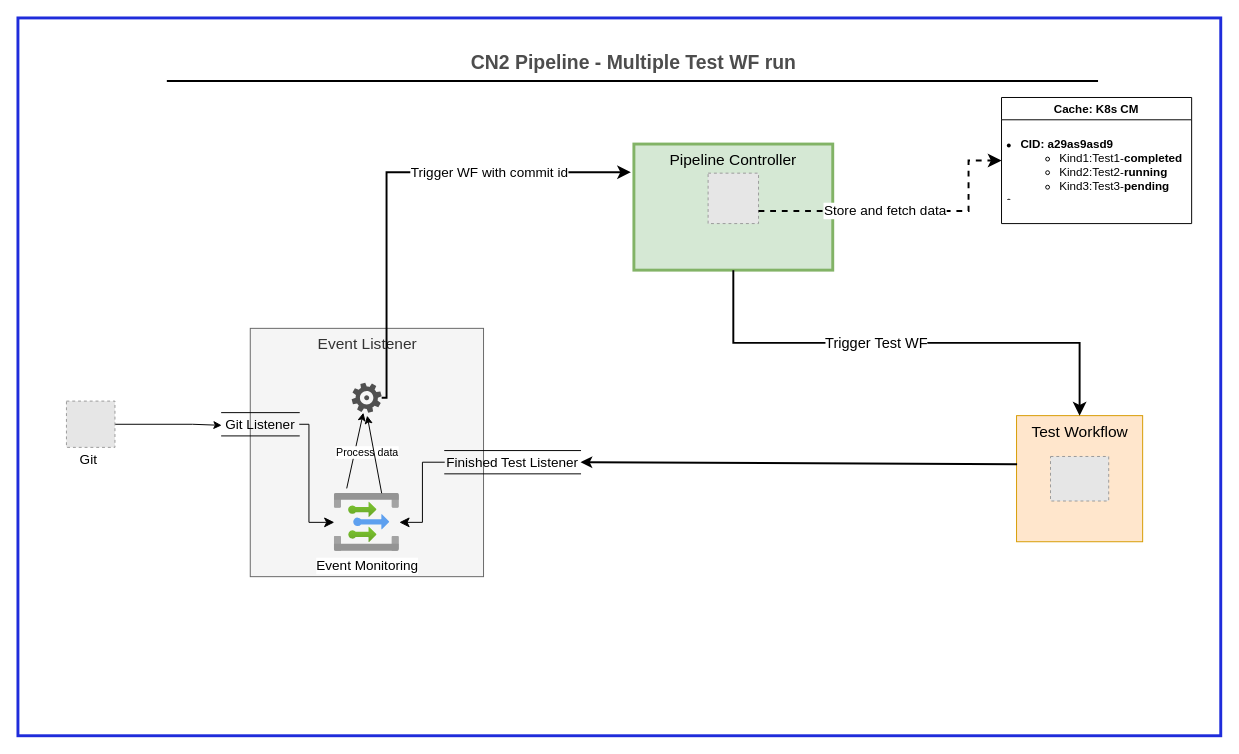
roshpr/mydiagrams keeps this draw.io diagram as files/Untitled Diagram.drawio. Above is the earlier version. Source tidied: cells renumbered, new cells numbered last; positions are measured from the earlier drawing's top-left corner, leaving out a move shared by most shapes. Both pictures are drawn from the tidied source at 97%, with x=0, y=0 at pixel (17, 17). Pictures stored in the file or linked from it are replaced by grey dashed boxes.
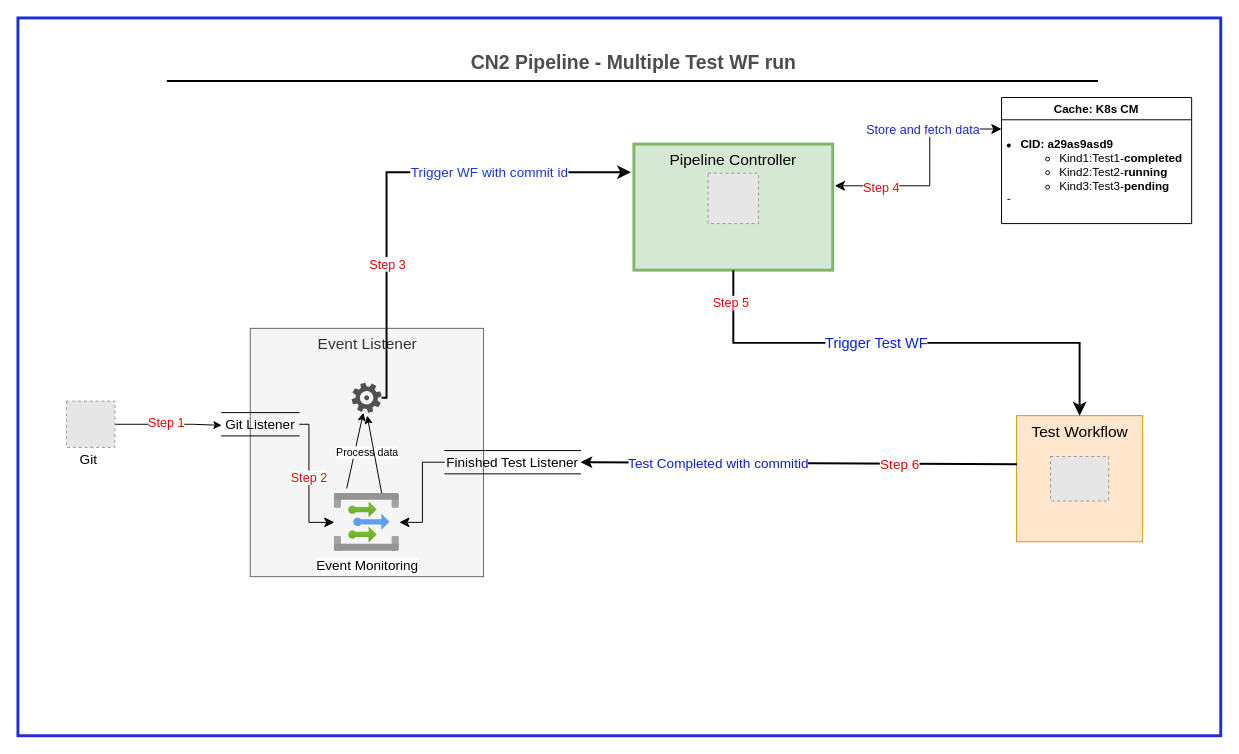
The same diagram, later.

Unchanged cells that the change refers to:
```xml
<mxCell id="5" value="&lt;font style=&quot;font-size: 16px;&quot;&gt;Pipeline Controller&lt;/font&gt;" style="fillColor=#d5e8d4;strokeColor=#82b366;verticalAlign=top;fontStyle=0;whiteSpace=wrap;html=1;strokeWidth=3;" parent="1" vertex="1">
  <mxGeometry x="635" y="130" width="205" height="130" as="geometry" />
</mxCell>
<mxCell id="8" style="edgeStyle=elbowEdgeStyle;elbow=horizontal;endArrow=classic;html=1;curved=0;rounded=0;endSize=8;startSize=8;entryX=-0.015;entryY=0.223;entryDx=0;entryDy=0;entryPerimeter=0;strokeWidth=2;" parent="1" edge="1" source="18" target="5">
  <mxGeometry relative="1" as="geometry">
    <Array as="points">
      <mxPoint x="380" y="270" />
    </Array>
  </mxGeometry>
</mxCell>
<mxCell id="10" style="fillColor=#E6E6E6;strokeColor=#999999;dashed=1;verticalLabelPosition=bottom;labelBackgroundColor=default;verticalAlign=top;" parent="1" vertex="1">
  <mxGeometry x="711.5" y="160" width="52" height="52" as="geometry" />
</mxCell>
<mxCell id="11" style="edgeStyle=orthogonalEdgeStyle;rounded=0;jettySize=auto;html=1;" parent="1" edge="1" source="12">
  <mxGeometry relative="1" as="geometry">
    <mxPoint x="210" y="420" as="targetPoint" />
    <Array as="points">
      <mxPoint x="180" y="419" />
      <mxPoint x="180" y="419" />
    </Array>
  </mxGeometry>
</mxCell>
<mxCell id="16" style="endArrow=classic;html=1;rounded=0;entryX=1;entryY=0.5;entryDx=0;entryDy=0;exitX=0.004;exitY=0.385;exitDx=0;exitDy=0;exitPerimeter=0;strokeWidth=2;" parent="1" edge="1" source="7" target="15">
  <mxGeometry relative="1" as="geometry" />
</mxCell>
<mxCell id="17" style="edgeStyle=segmentEdgeStyle;endArrow=classic;html=1;curved=0;rounded=0;endSize=8;startSize=8;exitX=1;exitY=0.5;exitDx=0;exitDy=0;" parent="1" edge="1" source="14" target="13">
  <mxGeometry relative="1" as="geometry">
    <Array as="points">
      <mxPoint x="300" y="419" />
      <mxPoint x="300" y="520" />
    </Array>
  </mxGeometry>
</mxCell>
<mxCell id="25" style="edgeStyle=elbowEdgeStyle;elbow=vertical;endArrow=classic;html=1;curved=0;rounded=0;endSize=8;startSize=8;entryX=0.5;entryY=0;entryDx=0;entryDy=0;exitX=0.5;exitY=1;exitDx=0;exitDy=0;strokeWidth=2;" parent="1" edge="1" source="5" target="7">
  <mxGeometry relative="1" as="geometry" />
</mxCell>
<mxCell id="30" value="Cache: K8s CM" style="swimlane;whiteSpace=wrap;html=1;" parent="1" vertex="1">
  <mxGeometry x="1014" y="82" width="196" height="130" as="geometry" />
</mxCell>
```

What changed in the source:
```diff
@@
-    <mxCell id="9" value="&lt;font style=&quot;font-size: 14px;&quot;&gt;Trigger WF with commit id&lt;/font&gt;" style="edgeLabel;html=1;align=center;verticalAlign=middle;" parent="8" vertex="1">
+    <mxCell id="9" value="&lt;font color=&quot;#1738de&quot; style=&quot;font-size: 14px;&quot;&gt;Trigger WF with commit id&lt;/font&gt;" style="edgeLabel;html=1;align=center;verticalAlign=middle;" parent="8" vertex="1">
       <mxGeometry x="0.52" relative="1" as="geometry">
         <mxPoint x="-29" as="offset" />
       </mxGeometry>
     </mxCell>
+    <mxCell id="31" value="&lt;font color=&quot;#ed0202&quot; style=&quot;font-size: 13px;&quot;&gt;Step 3&lt;/font&gt;" style="edgeLabel;html=1;align=center;verticalAlign=middle;" parent="8" vertex="1">
+      <mxGeometry x="-0.41" relative="1" as="geometry">
+        <mxPoint y="1" as="offset" />
+      </mxGeometry>
+    </mxCell>
@@
+    <mxCell id="32" value="&lt;font color=&quot;#e80202&quot; style=&quot;font-size: 13px;&quot;&gt;Step 1&lt;/font&gt;" style="edgeLabel;html=1;align=center;verticalAlign=middle;" parent="11" vertex="1">
+      <mxGeometry x="-0.05" y="2" relative="1" as="geometry" />
+    </mxCell>
@@
+    <mxCell id="33" value="&lt;font color=&quot;#0e1cdd&quot; style=&quot;font-size: 14px;&quot;&gt;Test Completed with commitid&lt;/font&gt;" style="edgeLabel;html=1;align=center;verticalAlign=middle;" parent="16" vertex="1">
+      <mxGeometry x="0.56" relative="1" as="geometry">
+        <mxPoint x="42" as="offset" />
+      </mxGeometry>
+    </mxCell>
+    <mxCell id="34" value="&lt;font color=&quot;#d90808&quot; style=&quot;font-size: 14px;&quot;&gt;Step 6&lt;/font&gt;" style="edgeLabel;html=1;align=center;verticalAlign=middle;" parent="16" vertex="1">
+      <mxGeometry x="-0.46" y="1" relative="1" as="geometry" />
+    </mxCell>
@@
+    <mxCell id="35" value="&lt;font style=&quot;font-size: 13px;&quot; color=&quot;#ea0606&quot;&gt;Step 2&lt;/font&gt;" style="edgeLabel;html=1;align=center;verticalAlign=middle;" parent="17" vertex="1">
+      <mxGeometry x="-0.05" y="-1" relative="1" as="geometry" />
+    </mxCell>
@@
-    <mxCell id="23" style="edgeStyle=elbowEdgeStyle;elbow=horizontal;endArrow=classic;html=1;curved=0;rounded=0;endSize=8;startSize=8;exitX=1;exitY=0.75;exitDx=0;exitDy=0;endFill=1;jumpStyle=line;dashed=1;strokeWidth=2;entryX=0;entryY=0.5;entryDx=0;entryDy=0;" parent="1" edge="1" source="10" target="30">
-      <mxGeometry relative="1" as="geometry">
-        <Array as="points">
-          <mxPoint x="980" y="150" />
-          <mxPoint x="790" y="280" />
-        </Array>
-      </mxGeometry>
-    </mxCell>
-    <mxCell id="24" value="&lt;font style=&quot;font-size: 14px;&quot;&gt;Store and fetch data&lt;/font&gt;" style="edgeLabel;html=1;align=center;verticalAlign=middle;" parent="23" vertex="1">
-      <mxGeometry x="-0.14" y="1" relative="1" as="geometry" />
-    </mxCell>
@@
-    <mxCell id="26" value="&lt;font style=&quot;font-size: 15px;&quot;&gt;Trigger Test WF&lt;/font&gt;" style="edgeLabel;html=1;align=center;verticalAlign=middle;" parent="25" vertex="1">
+    <mxCell id="26" value="&lt;font color=&quot;#0822e7&quot; style=&quot;font-size: 15px;&quot;&gt;Trigger Test WF&lt;/font&gt;" style="edgeLabel;html=1;align=center;verticalAlign=middle;" parent="25" vertex="1">
       <mxGeometry x="-0.13" y="1" relative="1" as="geometry">
         <mxPoint x="1" as="offset" />
       </mxGeometry>
     </mxCell>
+    <mxCell id="36" value="&lt;font color=&quot;#ea0606&quot; style=&quot;font-size: 13px;&quot;&gt;Step 5&lt;/font&gt;" style="edgeLabel;html=1;align=center;verticalAlign=middle;" parent="25" vertex="1">
+      <mxGeometry x="-0.87" y="-3" relative="1" as="geometry" />
+    </mxCell>
@@
+    <mxCell id="37" style="edgeStyle=elbowEdgeStyle;elbow=horizontal;endArrow=classic;html=1;curved=0;rounded=0;endSize=8;startSize=8;exitX=0;exitY=0.25;exitDx=0;exitDy=0;entryX=1.01;entryY=0.331;entryDx=0;entryDy=0;entryPerimeter=0;startArrow=classic;startFill=1;" parent="1" edge="1" source="30" target="5">
+      <mxGeometry relative="1" as="geometry">
+        <Array as="points">
+          <mxPoint x="940" y="190" />
+        </Array>
+      </mxGeometry>
+    </mxCell>
+    <mxCell id="38" value="&lt;font color=&quot;#f00505&quot; style=&quot;font-size: 13px;&quot;&gt;Step 4&lt;/font&gt;" style="edgeLabel;html=1;align=center;verticalAlign=middle;" parent="37" vertex="1">
+      <mxGeometry x="0.59" y="1" relative="1" as="geometry" />
+    </mxCell>
+    <mxCell id="24" value="&lt;font color=&quot;#1927e6&quot; style=&quot;font-size: 13px;&quot;&gt;Store and fetch data&lt;/font&gt;" style="edgeLabel;html=1;align=center;verticalAlign=middle;" parent="37" vertex="1">
+      <mxGeometry x="-0.56" relative="1" as="geometry">
+        <mxPoint x="-31" as="offset" />
+      </mxGeometry>
+    </mxCell>
```
